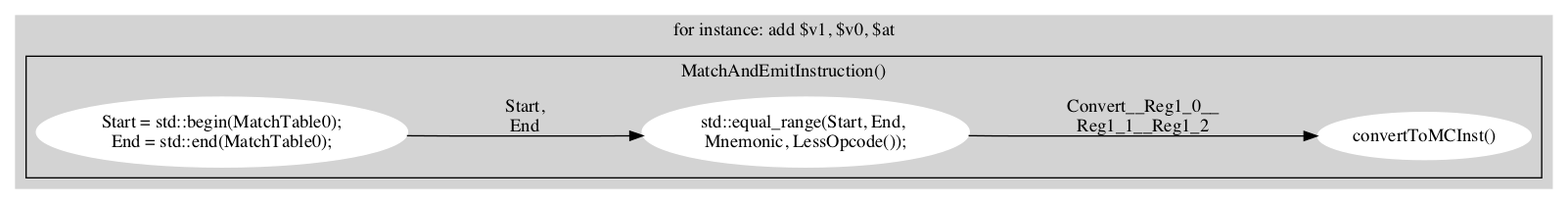
Earlier version of the Graphviz export Fig/asm/asmDfdEx2.png (Jonathan2251/lbd). Its source is kept beside it as Fig/asm/asmDfdEx2.gv.
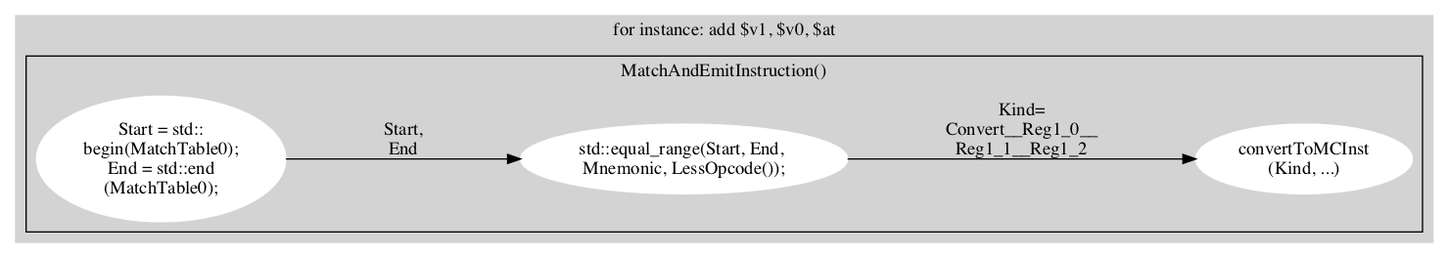
After the commit.

Change to the diagram source:
```diff
@@ -6,11 +6,11 @@
     label = "for instance: add $v1, $v0, $at";
     subgraph clusterA {
       label = "MatchAndEmitInstruction()";
-      node [style=filled,color=white]; MatchTable0 [label="Start = std::begin(MatchTable0);\nEnd = std::end(MatchTable0);"];
+      node [style=filled,color=white]; MatchTable0 [label="Start = std::\nbegin(MatchTable0);\nEnd = std::end\n(MatchTable0);"];
       node [style=filled,color=white]; equal_range [label="std::equal_range(Start, End, \nMnemonic, LessOpcode());"];
-      node [style=filled,color=white]; convertToMCInst [label="convertToMCInst()"];
+      node [style=filled,color=white]; convertToMCInst [label="convertToMCInst\n(Kind, ...)"];
       MatchTable0 -> equal_range [ label = "Start,\nEnd" ];
-      equal_range -> convertToMCInst [ label = "Convert__Reg1_0__\nReg1_1__Reg1_2" ];
+      equal_range -> convertToMCInst [ label = "Kind=\nConvert__Reg1_0__\nReg1_1__Reg1_2" ];
     }
     color=lightgrey
   }
```
